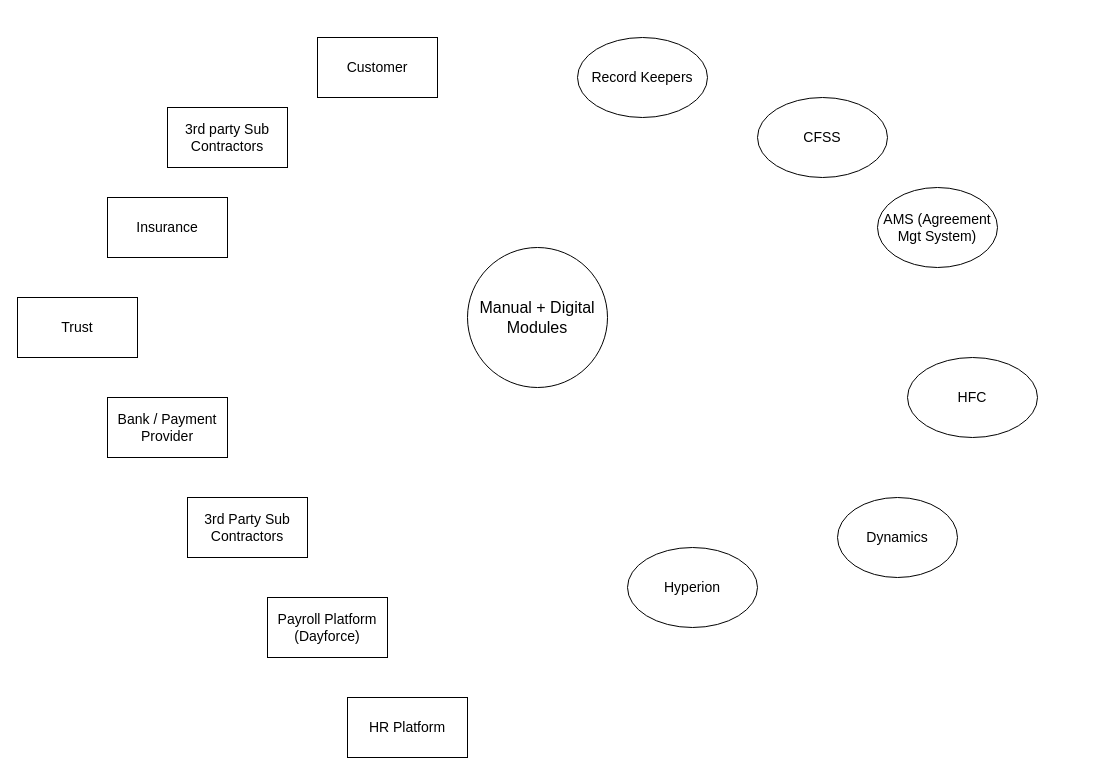
Earlier version of the draw.io diagram page "Context Diagram - V1" (8 of 11) of Untitled Diagram.drawio (Buddhika-Pathirathna/DiagramsRepo). Source tidied: cells renumbered, new cells numbered last; positions are measured from the earlier drawing's top-left corner, leaving out a move shared by most shapes. Both pictures are drawn from the tidied source at 100%, with x=0, y=0 at pixel (17, 37).
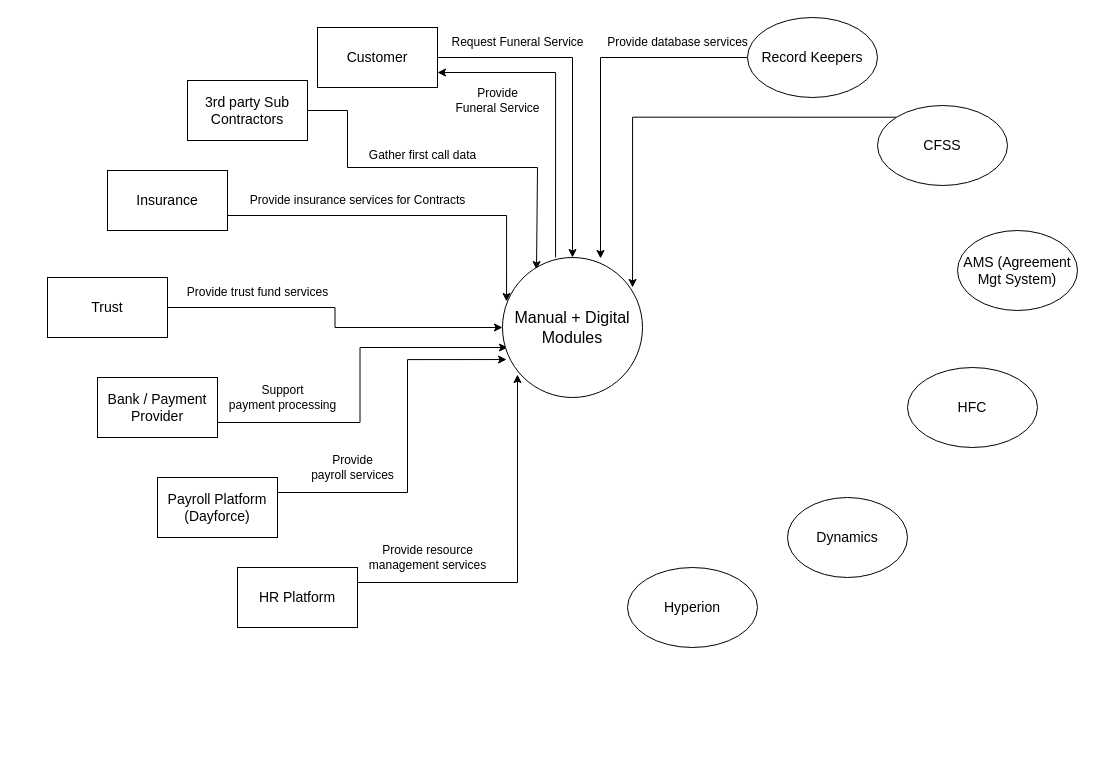
The same diagram, later.

The edit, as a diff of the source:
```diff
@@
+    <mxCell id="17" style="edgeStyle=orthogonalEdgeStyle;rounded=0;jettySize=auto;html=1;exitX=1;exitY=0.5;exitDx=0;exitDy=0;entryX=0.5;entryY=0;entryDx=0;entryDy=0;" parent="1" edge="1" source="2" target="10">
+      <mxGeometry relative="1" as="geometry" />
+    </mxCell>
+    <mxCell id="18" style="edgeStyle=orthogonalEdgeStyle;rounded=0;jettySize=auto;html=1;exitX=0.379;exitY=0;exitDx=0;exitDy=0;entryX=1;entryY=0.75;entryDx=0;entryDy=0;exitPerimeter=0;" parent="1" edge="1" source="10" target="2">
+      <mxGeometry relative="1" as="geometry" />
+    </mxCell>
     <mxCell id="2" value="&lt;font style=&quot;font-size: 14px;&quot;&gt;Customer&lt;/font&gt;" style="rounded=0;whiteSpace=wrap;html=1;" parent="1" vertex="1">
-      <mxGeometry x="300" width="120" height="60" as="geometry" />
+      <mxGeometry x="300" y="-10" width="120" height="60" as="geometry" />
     </mxCell>
+    <mxCell id="19" style="edgeStyle=orthogonalEdgeStyle;rounded=0;jettySize=auto;html=1;exitX=1;exitY=0.75;exitDx=0;exitDy=0;entryX=0.029;entryY=0.314;entryDx=0;entryDy=0;entryPerimeter=0;" parent="1" edge="1" source="3" target="10">
+      <mxGeometry relative="1" as="geometry" />
+    </mxCell>
     <mxCell id="3" value="&lt;font style=&quot;font-size: 14px;&quot;&gt;Insurance&lt;/font&gt;" style="rounded=0;whiteSpace=wrap;html=1;" parent="1" vertex="1">
-      <mxGeometry x="90" y="160" width="120" height="60" as="geometry" />
+      <mxGeometry x="90" y="133" width="120" height="60" as="geometry" />
     </mxCell>
+    <mxCell id="20" style="edgeStyle=orthogonalEdgeStyle;rounded=0;jettySize=auto;html=1;exitX=1;exitY=0.5;exitDx=0;exitDy=0;entryX=0;entryY=0.5;entryDx=0;entryDy=0;" parent="1" edge="1" source="4" target="10">
+      <mxGeometry relative="1" as="geometry" />
+    </mxCell>
     <mxCell id="4" value="&lt;font style=&quot;font-size: 14px;&quot;&gt;Trust&lt;/font&gt;" style="rounded=0;whiteSpace=wrap;html=1;" parent="1" vertex="1">
-      <mxGeometry y="260" width="120" height="60" as="geometry" />
+      <mxGeometry x="30" y="240" width="120" height="60" as="geometry" />
     </mxCell>
+    <mxCell id="21" style="edgeStyle=orthogonalEdgeStyle;rounded=0;jettySize=auto;html=1;exitX=1;exitY=0.5;exitDx=0;exitDy=0;entryX=0.243;entryY=0.086;entryDx=0;entryDy=0;entryPerimeter=0;" parent="1" edge="1" source="5" target="10">
+      <mxGeometry relative="1" as="geometry">
+        <Array as="points">
+          <mxPoint x="330" y="73" />
+          <mxPoint x="330" y="130" />
+          <mxPoint x="520" y="130" />
+        </Array>
+      </mxGeometry>
+    </mxCell>
     <mxCell id="5" value="&lt;font style=&quot;font-size: 14px;&quot;&gt;3rd party Sub Contractors&lt;/font&gt;" style="rounded=0;whiteSpace=wrap;html=1;" parent="1" vertex="1">
-      <mxGeometry x="150" y="70" width="120" height="60" as="geometry" />
+      <mxGeometry x="170" y="43" width="120" height="60" as="geometry" />
     </mxCell>
+    <mxCell id="22" style="edgeStyle=orthogonalEdgeStyle;rounded=0;jettySize=auto;html=1;exitX=1;exitY=0.75;exitDx=0;exitDy=0;entryX=0.036;entryY=0.643;entryDx=0;entryDy=0;entryPerimeter=0;" parent="1" edge="1" source="6" target="10">
+      <mxGeometry relative="1" as="geometry" />
+    </mxCell>
     <mxCell id="6" value="&lt;font style=&quot;font-size: 14px;&quot;&gt;Bank / Payment Provider&lt;/font&gt;" style="rounded=0;whiteSpace=wrap;html=1;" parent="1" vertex="1">
-      <mxGeometry x="90" y="360" width="120" height="60" as="geometry" />
+      <mxGeometry x="80" y="340" width="120" height="60" as="geometry" />
     </mxCell>
-    <mxCell id="7" value="&lt;font style=&quot;font-size: 14px;&quot;&gt;3rd Party Sub Contractors&lt;/font&gt;" style="rounded=0;whiteSpace=wrap;html=1;" parent="1" vertex="1">
-      <mxGeometry x="170" y="460" width="120" height="60" as="geometry" />
-    </mxCell>
+    <mxCell id="23" style="edgeStyle=orthogonalEdgeStyle;rounded=0;jettySize=auto;html=1;exitX=1;exitY=0.25;exitDx=0;exitDy=0;entryX=0.029;entryY=0.729;entryDx=0;entryDy=0;entryPerimeter=0;" parent="1" edge="1" source="8" target="10">
+      <mxGeometry relative="1" as="geometry">
+        <Array as="points">
+          <mxPoint x="390" y="455" />
+          <mxPoint x="390" y="322" />
+        </Array>
+      </mxGeometry>
+    </mxCell>
     <mxCell id="8" value="&lt;font style=&quot;font-size: 14px;&quot;&gt;Payroll Platform (Dayforce)&lt;/font&gt;" style="rounded=0;whiteSpace=wrap;html=1;" parent="1" vertex="1">
-      <mxGeometry x="250" y="560" width="120" height="60" as="geometry" />
+      <mxGeometry x="140" y="440" width="120" height="60" as="geometry" />
     </mxCell>
+    <mxCell id="24" style="edgeStyle=orthogonalEdgeStyle;rounded=0;jettySize=auto;html=1;exitX=1;exitY=0.25;exitDx=0;exitDy=0;entryX=0.107;entryY=0.836;entryDx=0;entryDy=0;entryPerimeter=0;" parent="1" edge="1" source="9" target="10">
+      <mxGeometry relative="1" as="geometry" />
+    </mxCell>
     <mxCell id="9" value="&lt;font style=&quot;font-size: 14px;&quot;&gt;HR Platform&lt;/font&gt;" style="rounded=0;whiteSpace=wrap;html=1;" parent="1" vertex="1">
-      <mxGeometry x="330" y="660" width="120" height="60" as="geometry" />
+      <mxGeometry x="220" y="530" width="120" height="60" as="geometry" />
     </mxCell>
     <mxCell id="10" value="&lt;font style=&quot;font-size: 16px;&quot;&gt;Manual + Digital Modules&lt;/font&gt;" style="ellipse;whiteSpace=wrap;html=1;" parent="1" vertex="1">
-      <mxGeometry x="450" y="210" width="140" height="140" as="geometry" />
+      <mxGeometry x="485" y="220" width="140" height="140" as="geometry" />
     </mxCell>
     <mxCell id="11" value="&lt;font style=&quot;font-size: 14px;&quot;&gt;Dynamics&lt;/font&gt;" style="ellipse;whiteSpace=wrap;html=1;" parent="1" vertex="1">
-      <mxGeometry x="820" y="460" width="120" height="80" as="geometry" />
+      <mxGeometry x="770" y="460" width="120" height="80" as="geometry" />
     </mxCell>
     <mxCell id="12" value="&lt;font style=&quot;font-size: 14px;&quot;&gt;Hyperion&lt;/font&gt;" style="ellipse;whiteSpace=wrap;html=1;" parent="1" vertex="1">
-      <mxGeometry x="610" y="510" width="130" height="80" as="geometry" />
+      <mxGeometry x="610" y="530" width="130" height="80" as="geometry" />
     </mxCell>
+    <mxCell id="25" style="edgeStyle=orthogonalEdgeStyle;rounded=0;jettySize=auto;html=1;exitX=0;exitY=0;exitDx=0;exitDy=0;entryX=0.929;entryY=0.214;entryDx=0;entryDy=0;entryPerimeter=0;" parent="1" edge="1" source="13" target="10">
+      <mxGeometry relative="1" as="geometry" />
+    </mxCell>
     <mxCell id="13" value="&lt;font style=&quot;font-size: 14px;&quot;&gt;CFSS&lt;/font&gt;" style="ellipse;whiteSpace=wrap;html=1;" parent="1" vertex="1">
-      <mxGeometry x="740" y="60" width="130" height="80" as="geometry" />
+      <mxGeometry x="860" y="68" width="130" height="80" as="geometry" />
     </mxCell>
     <mxCell id="14" value="&lt;font style=&quot;font-size: 14px;&quot;&gt;HFC&lt;/font&gt;" style="ellipse;whiteSpace=wrap;html=1;" parent="1" vertex="1">
-      <mxGeometry x="890" y="320" width="130" height="80" as="geometry" />
+      <mxGeometry x="890" y="330" width="130" height="80" as="geometry" />
     </mxCell>
     <mxCell id="15" value="&lt;font style=&quot;font-size: 14px;&quot;&gt;AMS (Agreement Mgt System)&lt;/font&gt;" style="ellipse;whiteSpace=wrap;html=1;" parent="1" vertex="1">
-      <mxGeometry x="860" y="150" width="120" height="80" as="geometry" />
+      <mxGeometry x="940" y="193" width="120" height="80" as="geometry" />
     </mxCell>
+    <mxCell id="26" style="edgeStyle=orthogonalEdgeStyle;rounded=0;jettySize=auto;html=1;exitX=0;exitY=0.5;exitDx=0;exitDy=0;entryX=0.7;entryY=0.007;entryDx=0;entryDy=0;entryPerimeter=0;" parent="1" edge="1" source="16" target="10">
+      <mxGeometry relative="1" as="geometry" />
+    </mxCell>
     <mxCell id="16" value="&lt;font style=&quot;font-size: 14px;&quot;&gt;Record Keepers&lt;/font&gt;" style="ellipse;whiteSpace=wrap;html=1;" parent="1" vertex="1">
-      <mxGeometry x="560" width="130" height="80" as="geometry" />
+      <mxGeometry x="730" y="-20" width="130" height="80" as="geometry" />
     </mxCell>
+    <mxCell id="27" value="Request Funeral Service" style="text;html=1;align=center;verticalAlign=middle;strokeColor=none;fillColor=none;" parent="1" vertex="1">
+      <mxGeometry x="420" y="-10" width="160" height="30" as="geometry" />
+    </mxCell>
+    <mxCell id="28" value="Provide &lt;br&gt;Funeral Service" style="text;html=1;align=center;verticalAlign=middle;strokeColor=none;fillColor=none;" parent="1" vertex="1">
+      <mxGeometry x="425" y="43" width="110" height="40" as="geometry" />
+    </mxCell>
+    <mxCell id="29" value="Gather first call data" style="text;html=1;align=center;verticalAlign=middle;strokeColor=none;fillColor=none;" parent="1" vertex="1">
+      <mxGeometry x="340" y="103" width="130" height="30" as="geometry" />
+    </mxCell>
+    <mxCell id="30" value="Provide insurance services for Contracts" style="text;html=1;align=center;verticalAlign=middle;strokeColor=none;fillColor=none;" parent="1" vertex="1">
+      <mxGeometry x="220" y="148" width="240" height="30" as="geometry" />
+    </mxCell>
+    <mxCell id="31" value="Provide trust fund services" style="text;html=1;align=center;verticalAlign=middle;strokeColor=none;fillColor=none;" parent="1" vertex="1">
+      <mxGeometry x="160" y="240" width="160" height="30" as="geometry" />
+    </mxCell>
+    <mxCell id="32" value="Support &lt;br&gt;payment processing" style="text;html=1;align=center;verticalAlign=middle;strokeColor=none;fillColor=none;" parent="1" vertex="1">
+      <mxGeometry x="200" y="340" width="130" height="40" as="geometry" />
+    </mxCell>
+    <mxCell id="33" value="Provide &lt;br&gt;payroll services" style="text;html=1;align=center;verticalAlign=middle;strokeColor=none;fillColor=none;" parent="1" vertex="1">
+      <mxGeometry x="280" y="410" width="110" height="40" as="geometry" />
+    </mxCell>
+    <mxCell id="34" value="Provide resource &lt;br&gt;management services" style="text;html=1;align=center;verticalAlign=middle;strokeColor=none;fillColor=none;" parent="1" vertex="1">
+      <mxGeometry x="340" y="500" width="140" height="40" as="geometry" />
+    </mxCell>
+    <mxCell id="35" value="Provide database services" style="text;html=1;align=center;verticalAlign=middle;strokeColor=none;fillColor=none;" parent="1" vertex="1">
+      <mxGeometry x="580" y="-10" width="160" height="30" as="geometry" />
+    </mxCell>
```
